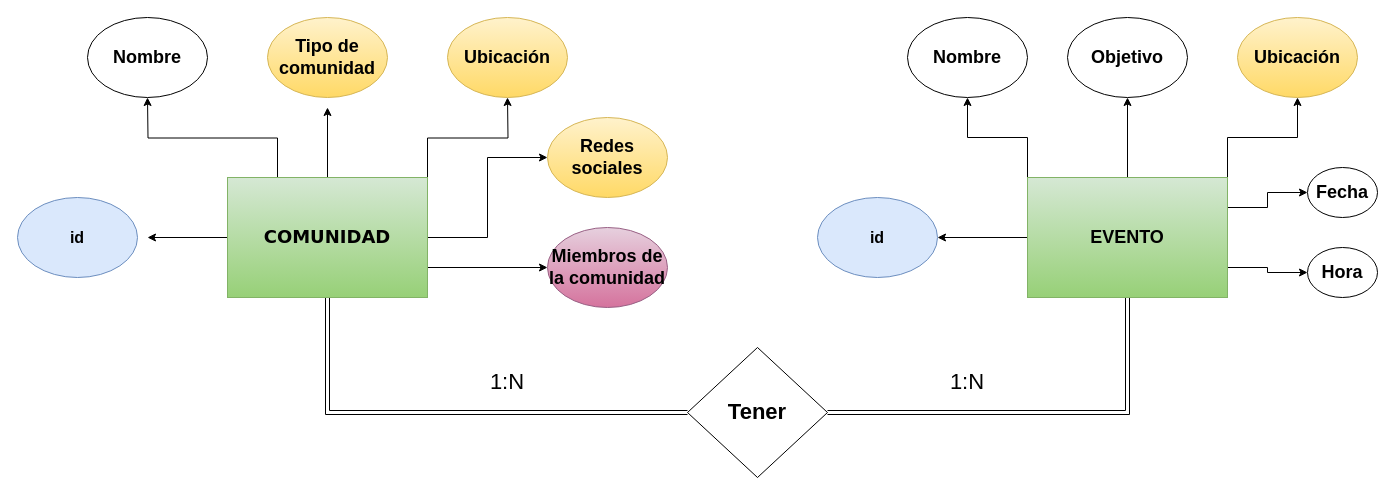
This is page "Page-1" (1 of 2) of Untitled Diagram.drawio from hongomoon/SkillsForWomenInTech, a draw.io file, before an edit. Source tidied: cells renumbered, new cells numbered last; positions are measured from the earlier drawing's top-left corner, leaving out a move shared by most shapes. Both pictures are drawn from the tidied source at 100%, with x=0, y=0 at pixel (17, 17).
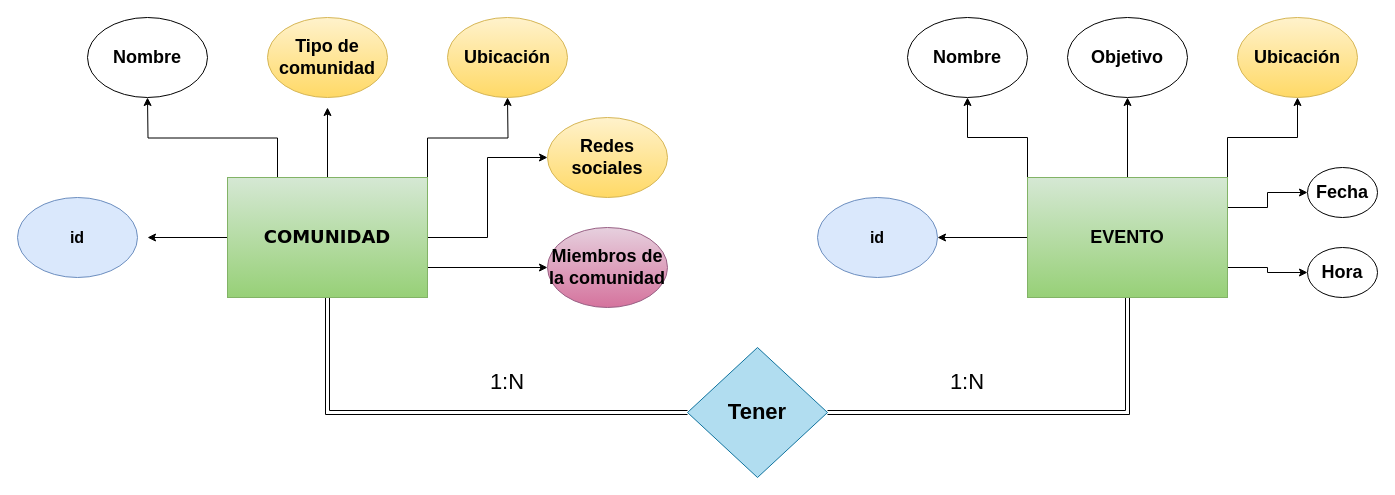
Above is the later version.

What changed in the source:
```diff
@@
-    <mxCell id="30" value="&lt;font style=&quot;font-size: 22px&quot;&gt;&lt;b&gt;Tener&lt;/b&gt;&lt;/font&gt;" style="rhombus;whiteSpace=wrap;html=1;fontFamily=Helvetica;fontSize=18;" parent="1" vertex="1">
+    <mxCell id="30" value="&lt;font style=&quot;font-size: 22px&quot;&gt;&lt;b&gt;Tener&lt;/b&gt;&lt;/font&gt;" style="rhombus;whiteSpace=wrap;html=1;fontFamily=Helvetica;fontSize=18;fillColor=#b1ddf0;strokeColor=#10739e;" parent="1" vertex="1">
       <mxGeometry x="670" y="330" width="140" height="130" as="geometry" />
     </mxCell>
```
